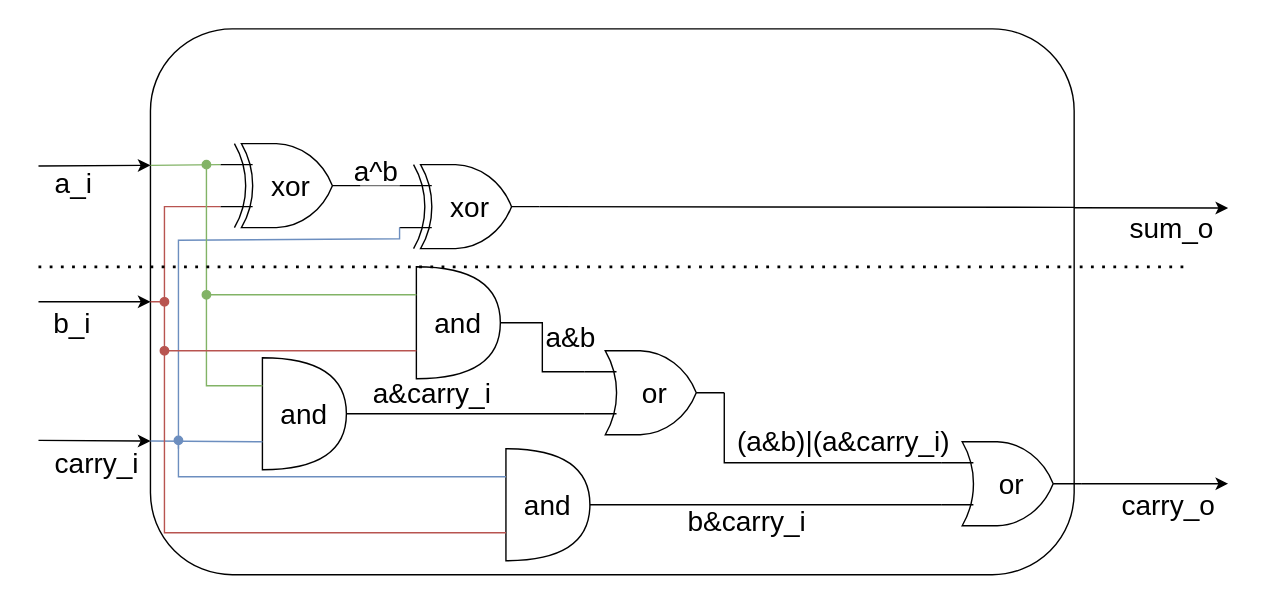
Earlier version of the draw.io export .pic/Labs/lab_01_adder/fig_02.drawio.svg (MPSU/APS). Source tidied: cells renumbered, new cells last; positions are measured from the earlier drawing's top-left corner, leaving out a move shared by most shapes. Its diagram source:
```xml
<mxGraphModel>
  <root>
    <mxCell id="0" />
    <mxCell id="1" parent="0" />
    <mxCell id="2" style="rounded=1;whiteSpace=wrap;html=1;fillColor=none;labelBackgroundColor=none;strokeColor=#000000;fontColor=#000000;" parent="1" vertex="1">
      <mxGeometry x="80" width="660" height="390" as="geometry" />
    </mxCell>
    <mxCell id="3" value="a_i" style="endArrow=classic;html=1;rounded=0;entryX=0;entryY=0.25;entryDx=0;entryDy=0;fontSize=20;labelBackgroundColor=none;fontColor=#000000;strokeColor=#000000;align=left;" parent="1" edge="1" target="2">
      <mxGeometry x="-0.75" y="-12" relative="1" as="geometry">
        <mxPoint y="98" as="sourcePoint" />
      </mxGeometry>
    </mxCell>
    <mxCell id="4" value="carry_i" style="endArrow=classic;html=1;rounded=0;entryX=0;entryY=0.75;entryDx=0;entryDy=0;fontSize=20;labelBackgroundColor=none;fontColor=#000000;strokeColor=#000000;align=left;" parent="1" edge="1">
      <mxGeometry x="-0.75" y="-16" relative="1" as="geometry">
        <mxPoint y="294" as="sourcePoint" />
        <mxPoint x="80" y="294.5" as="targetPoint" />
      </mxGeometry>
    </mxCell>
    <mxCell id="5" value="and" style="shape=or;whiteSpace=wrap;html=1;fontSize=20;fillColor=none;labelBackgroundColor=none;fontColor=#000000;strokeColor=#000000;" parent="1" vertex="1">
      <mxGeometry x="160" y="235" width="60" height="80" as="geometry" />
    </mxCell>
    <mxCell id="6" style="edgeStyle=orthogonalEdgeStyle;rounded=0;jettySize=auto;html=1;exitX=1;exitY=0.5;exitDx=0;exitDy=0;exitPerimeter=0;entryX=0;entryY=0.25;entryDx=0;entryDy=0;entryPerimeter=0;endArrow=none;endFill=0;strokeColor=#757575;fontColor=#000000;" parent="1" edge="1" source="7" target="13">
      <mxGeometry relative="1" as="geometry" />
    </mxCell>
    <mxCell id="7" value="xor" style="verticalLabelPosition=middle;shadow=0;dashed=0;align=center;html=1;verticalAlign=middle;shape=mxgraph.electrical.logic_gates.logic_gate;operation=xor;fontSize=20;horizontal=1;labelPosition=center;fillColor=none;labelBackgroundColor=none;fontColor=#000000;strokeColor=#000000;" parent="1" vertex="1">
      <mxGeometry x="130" y="82" width="100" height="60" as="geometry" />
    </mxCell>
    <mxCell id="8" style="endArrow=classic;html=1;rounded=0;labelBackgroundColor=none;fontColor=#000000;strokeColor=#000000;" parent="1" edge="1">
      <mxGeometry relative="1" as="geometry">
        <mxPoint x="740" y="127.8" as="sourcePoint" />
        <mxPoint x="850" y="128" as="targetPoint" />
      </mxGeometry>
    </mxCell>
    <mxCell id="9" value="sum_o" style="edgeLabel;html=1;align=right;verticalAlign=middle;fontSize=20;labelBackgroundColor=none;fontColor=#000000;" parent="8" vertex="1">
      <mxGeometry x="-0.18" relative="1" as="geometry">
        <mxPoint x="55" y="14" as="offset" />
      </mxGeometry>
    </mxCell>
    <mxCell id="10" value="carry_o" style="endArrow=classic;html=1;rounded=0;fontSize=20;labelBackgroundColor=none;fontColor=#000000;strokeColor=#000000;align=right;exitX=1;exitY=0.5;exitDx=0;exitDy=0;exitPerimeter=0;" parent="1" edge="1" source="30">
      <mxGeometry x="0.83" y="-15" relative="1" as="geometry">
        <mxPoint x="850" y="325" as="targetPoint" />
      </mxGeometry>
    </mxCell>
    <mxCell id="11" style="endArrow=classic;html=1;rounded=0;fontSize=20;fontColor=#000000;entryX=0;entryY=0.5;entryDx=0;entryDy=0;labelBackgroundColor=none;strokeColor=#000000;" parent="1" edge="1" target="2">
      <mxGeometry relative="1" as="geometry">
        <mxPoint y="195" as="sourcePoint" />
      </mxGeometry>
    </mxCell>
    <mxCell id="12" value="&lt;div align=&quot;left&quot;&gt;b_i&lt;/div&gt;" style="edgeLabel;html=1;align=left;verticalAlign=middle;fontSize=20;fontColor=#000000;labelBackgroundColor=none;" parent="11" vertex="1">
      <mxGeometry x="-0.14" y="1" relative="1" as="geometry">
        <mxPoint x="-25" y="16" as="offset" />
      </mxGeometry>
    </mxCell>
    <mxCell id="13" value="xor" style="verticalLabelPosition=middle;shadow=0;dashed=0;align=center;html=1;verticalAlign=middle;shape=mxgraph.electrical.logic_gates.logic_gate;operation=xor;fontSize=20;horizontal=1;labelPosition=center;fillColor=none;labelBackgroundColor=none;fontColor=#000000;strokeColor=#000000;" parent="1" vertex="1">
      <mxGeometry x="258" y="97" width="100" height="60" as="geometry" />
    </mxCell>
    <mxCell id="14" style="endArrow=none;html=1;rounded=0;fontSize=20;fontColor=#000000;exitX=0;exitY=0.25;exitDx=0;exitDy=0;entryX=0;entryY=0.25;entryDx=0;entryDy=0;entryPerimeter=0;fillColor=#d5e8d4;strokeColor=#82b366;labelBackgroundColor=none;" parent="1" edge="1" source="2" target="7">
      <mxGeometry relative="1" as="geometry" />
    </mxCell>
    <mxCell id="15" style="endArrow=none;html=1;rounded=0;fontSize=20;fontColor=#000000;entryX=0;entryY=0.75;entryDx=0;entryDy=0;entryPerimeter=0;exitX=0;exitY=0.5;exitDx=0;exitDy=0;fillColor=#f8cecc;strokeColor=#b85450;labelBackgroundColor=none;" parent="1" edge="1" source="2" target="7">
      <mxGeometry relative="1" as="geometry">
        <Array as="points">
          <mxPoint x="90" y="195" />
          <mxPoint x="90" y="127" />
        </Array>
      </mxGeometry>
    </mxCell>
    <mxCell id="16" style="endArrow=none;html=1;rounded=0;fontSize=20;fontColor=#000000;entryX=0;entryY=0.75;entryDx=0;entryDy=0;entryPerimeter=0;fillColor=#dae8fc;strokeColor=#6c8ebf;labelBackgroundColor=none;" parent="1" edge="1" target="13">
      <mxGeometry relative="1" as="geometry">
        <mxPoint x="100" y="300" as="sourcePoint" />
        <Array as="points">
          <mxPoint x="100" y="294" />
          <mxPoint x="100" y="151" />
          <mxPoint x="258" y="150" />
        </Array>
      </mxGeometry>
    </mxCell>
    <mxCell id="17" style="endArrow=none;html=1;rounded=0;fontSize=20;fontColor=#000000;entryX=0;entryY=0.25;entryDx=0;entryDy=0;entryPerimeter=0;fillColor=#d5e8d4;strokeColor=#82b366;labelBackgroundColor=none;startArrow=oval;startFill=1;" parent="1" edge="1" target="5">
      <mxGeometry relative="1" as="geometry">
        <mxPoint x="120" y="97" as="sourcePoint" />
        <Array as="points">
          <mxPoint x="120" y="255" />
        </Array>
      </mxGeometry>
    </mxCell>
    <mxCell id="18" style="endArrow=none;html=1;rounded=0;fontSize=20;fontColor=#000000;entryX=0;entryY=0.75;entryDx=0;entryDy=0;entryPerimeter=0;exitX=0;exitY=0.755;exitDx=0;exitDy=0;exitPerimeter=0;fillColor=#dae8fc;strokeColor=#6c8ebf;labelBackgroundColor=none;" parent="1" edge="1" source="2" target="5">
      <mxGeometry relative="1" as="geometry" />
    </mxCell>
    <mxCell id="19" value="and" style="shape=or;whiteSpace=wrap;html=1;fontSize=20;fillColor=none;labelBackgroundColor=none;fontColor=#000000;strokeColor=#000000;" parent="1" vertex="1">
      <mxGeometry x="270" y="170" width="60" height="80" as="geometry" />
    </mxCell>
    <mxCell id="20" value="and" style="shape=or;whiteSpace=wrap;html=1;fontSize=20;fillColor=none;labelBackgroundColor=none;fontColor=#000000;strokeColor=#000000;" parent="1" vertex="1">
      <mxGeometry x="334" y="300" width="60" height="80" as="geometry" />
    </mxCell>
    <mxCell id="21" style="endArrow=none;html=1;rounded=0;fontSize=20;fontColor=#000000;entryX=0;entryY=0.25;entryDx=0;entryDy=0;entryPerimeter=0;fillColor=#d5e8d4;strokeColor=#82b366;labelBackgroundColor=none;startArrow=oval;startFill=1;" parent="1" edge="1" target="19">
      <mxGeometry relative="1" as="geometry">
        <mxPoint x="120" y="190" as="sourcePoint" />
      </mxGeometry>
    </mxCell>
    <mxCell id="22" style="endArrow=none;html=1;rounded=0;fontSize=20;fontColor=#000000;entryX=0;entryY=0.75;entryDx=0;entryDy=0;entryPerimeter=0;fillColor=#f8cecc;strokeColor=#b85450;labelBackgroundColor=none;startArrow=oval;startFill=1;" parent="1" edge="1" target="19">
      <mxGeometry relative="1" as="geometry">
        <mxPoint x="90" y="195" as="sourcePoint" />
        <Array as="points">
          <mxPoint x="90" y="230" />
        </Array>
      </mxGeometry>
    </mxCell>
    <mxCell id="23" style="endArrow=none;html=1;rounded=0;fontSize=20;fontColor=#000000;entryX=0;entryY=0.25;entryDx=0;entryDy=0;entryPerimeter=0;fillColor=#dae8fc;strokeColor=#6c8ebf;labelBackgroundColor=none;startArrow=oval;startFill=1;" parent="1" edge="1" target="20">
      <mxGeometry relative="1" as="geometry">
        <mxPoint x="100" y="294" as="sourcePoint" />
        <Array as="points">
          <mxPoint x="100" y="300" />
          <mxPoint x="100" y="294" />
          <mxPoint x="100" y="320" />
        </Array>
      </mxGeometry>
    </mxCell>
    <mxCell id="24" style="endArrow=none;html=1;rounded=0;fontSize=20;fontColor=#000000;entryX=0;entryY=0.75;entryDx=0;entryDy=0;entryPerimeter=0;fillColor=#f8cecc;strokeColor=#b85450;labelBackgroundColor=none;startArrow=oval;startFill=1;" parent="1" edge="1" target="20">
      <mxGeometry relative="1" as="geometry">
        <mxPoint x="90" y="230" as="sourcePoint" />
        <Array as="points">
          <mxPoint x="90" y="360" />
        </Array>
      </mxGeometry>
    </mxCell>
    <mxCell id="25" value="or" style="verticalLabelPosition=middle;shadow=0;dashed=0;align=center;html=1;verticalAlign=middle;shape=mxgraph.electrical.logic_gates.logic_gate;operation=or;fontSize=20;fontColor=#000000;labelPosition=center;fillColor=none;labelBackgroundColor=none;strokeColor=#000000;" parent="1" vertex="1">
      <mxGeometry x="390" y="230" width="100" height="60" as="geometry" />
    </mxCell>
    <mxCell id="26" style="endArrow=none;html=1;rounded=0;fontSize=20;fontColor=#000000;exitX=1;exitY=0.5;exitDx=0;exitDy=0;exitPerimeter=0;entryX=0;entryY=0.75;entryDx=0;entryDy=0;entryPerimeter=0;labelBackgroundColor=none;strokeColor=#000000;" parent="1" edge="1" source="5" target="25">
      <mxGeometry relative="1" as="geometry" />
    </mxCell>
    <mxCell id="27" value="a&amp;amp;carry_i" style="edgeLabel;html=1;align=center;verticalAlign=middle;fontSize=20;fontColor=#000000;labelBackgroundColor=none;" parent="26" vertex="1">
      <mxGeometry x="-0.35" y="1" relative="1" as="geometry">
        <mxPoint x="5" y="-14" as="offset" />
      </mxGeometry>
    </mxCell>
    <mxCell id="28" value="a&amp;amp;b" style="endArrow=none;html=1;rounded=0;fontSize=20;fontColor=#000000;exitX=1;exitY=0.5;exitDx=0;exitDy=0;exitPerimeter=0;entryX=0;entryY=0.25;entryDx=0;entryDy=0;entryPerimeter=0;labelBackgroundColor=none;strokeColor=#000000;" parent="1" edge="1" source="19" target="25">
      <mxGeometry x="-0.16" y="20" relative="1" as="geometry">
        <Array as="points">
          <mxPoint x="360" y="210" />
          <mxPoint x="360" y="245" />
        </Array>
      </mxGeometry>
    </mxCell>
    <mxCell id="29" style="endArrow=none;html=1;rounded=0;fontSize=20;fontColor=#000000;entryX=1;entryY=0.327;entryDx=0;entryDy=0;entryPerimeter=0;exitX=1;exitY=0.5;exitDx=0;exitDy=0;exitPerimeter=0;labelBackgroundColor=none;strokeColor=#000000;" parent="1" edge="1" source="13" target="2">
      <mxGeometry relative="1" as="geometry" />
    </mxCell>
    <mxCell id="30" value="or" style="verticalLabelPosition=middle;shadow=0;dashed=0;align=center;html=1;verticalAlign=middle;shape=mxgraph.electrical.logic_gates.logic_gate;operation=or;fontSize=20;fontColor=#000000;labelPosition=center;fillColor=none;labelBackgroundColor=none;strokeColor=#000000;" parent="1" vertex="1">
      <mxGeometry x="645" y="295" width="100" height="60" as="geometry" />
    </mxCell>
    <mxCell id="31" style="endArrow=none;html=1;rounded=0;fontSize=20;fontColor=#000000;exitX=1;exitY=0.5;exitDx=0;exitDy=0;exitPerimeter=0;entryX=0;entryY=0.75;entryDx=0;entryDy=0;entryPerimeter=0;labelBackgroundColor=none;strokeColor=#000000;" parent="1" edge="1" source="20" target="30">
      <mxGeometry relative="1" as="geometry" />
    </mxCell>
    <mxCell id="32" value="b&amp;amp;&lt;span style=&quot;text-align: left;&quot;&gt;carry_i&lt;/span&gt;" style="edgeLabel;html=1;align=center;verticalAlign=middle;fontSize=20;fontColor=#000000;labelBackgroundColor=none;" parent="31" vertex="1">
      <mxGeometry x="-0.13" y="1" relative="1" as="geometry">
        <mxPoint x="3" y="12" as="offset" />
      </mxGeometry>
    </mxCell>
    <mxCell id="33" style="endArrow=none;html=1;rounded=0;fontSize=20;fontColor=#000000;exitX=1;exitY=0.5;exitDx=0;exitDy=0;exitPerimeter=0;entryX=0;entryY=0.25;entryDx=0;entryDy=0;entryPerimeter=0;labelBackgroundColor=none;strokeColor=#000000;" parent="1" edge="1" source="25" target="30">
      <mxGeometry relative="1" as="geometry">
        <Array as="points">
          <mxPoint x="490" y="310" />
        </Array>
      </mxGeometry>
    </mxCell>
    <mxCell id="34" value="(a&amp;amp;b)|(a&amp;amp;&lt;span style=&quot;text-align: left;&quot;&gt;carry_i&lt;/span&gt;)" style="edgeLabel;html=1;align=center;verticalAlign=middle;fontSize=20;fontColor=#000000;labelBackgroundColor=none;" parent="33" vertex="1">
      <mxGeometry x="-0.07" relative="1" as="geometry">
        <mxPoint x="39" y="-16" as="offset" />
      </mxGeometry>
    </mxCell>
    <mxCell id="35" style="endArrow=none;dashed=1;html=1;dashPattern=1 3;strokeWidth=2;rounded=0;fontSize=20;fontColor=#000000;labelBackgroundColor=none;strokeColor=#000000;" parent="1" edge="1">
      <mxGeometry relative="1" as="geometry">
        <mxPoint y="170" as="sourcePoint" />
        <mxPoint x="820" y="170" as="targetPoint" />
      </mxGeometry>
    </mxCell>
    <mxCell id="36" value="a^b" style="edgeLabel;html=1;align=center;verticalAlign=middle;fontSize=20;fontColor=#000000;labelBackgroundColor=none;" parent="1" vertex="1">
      <mxGeometry x="258" y="120" as="geometry">
        <mxPoint x="-17" y="-19" as="offset" />
      </mxGeometry>
    </mxCell>
  </root>
</mxGraphModel>
```
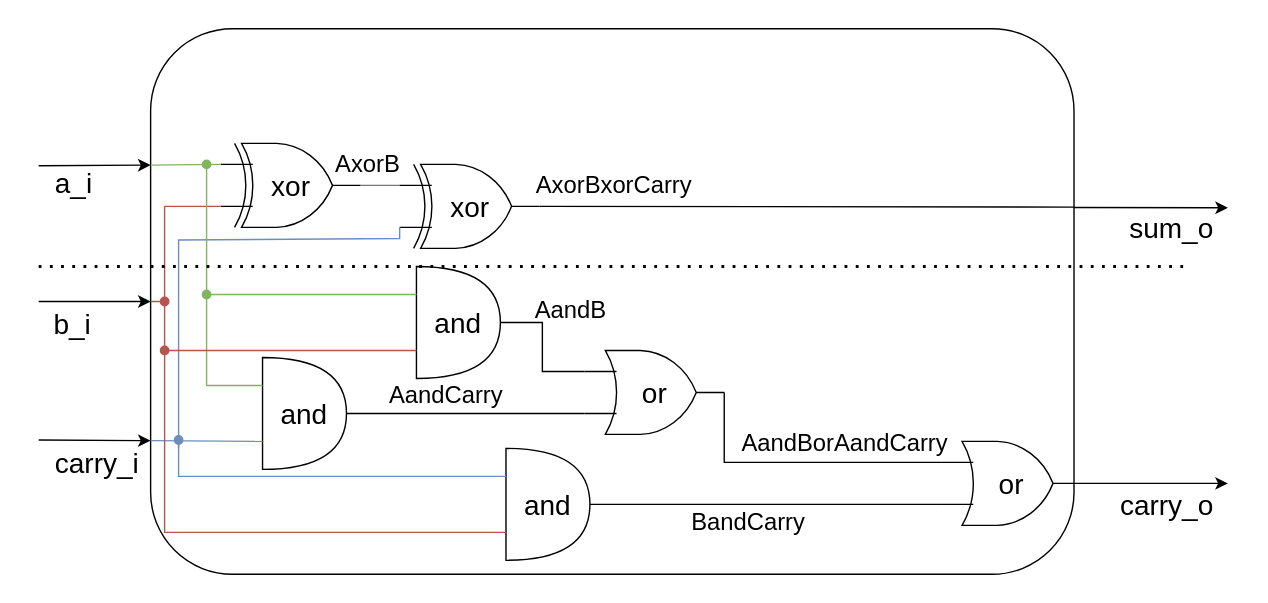
Above is the later version.

What changed in the source:
```diff
@@ -129,29 +129,35 @@
     <mxCell id="26" style="endArrow=none;html=1;rounded=0;fontSize=20;fontColor=#000000;exitX=1;exitY=0.5;exitDx=0;exitDy=0;exitPerimeter=0;entryX=0;entryY=0.75;entryDx=0;entryDy=0;entryPerimeter=0;labelBackgroundColor=none;strokeColor=#000000;" parent="1" edge="1" source="5" target="25">
       <mxGeometry relative="1" as="geometry" />
     </mxCell>
-    <mxCell id="27" value="a&amp;amp;carry_i" style="edgeLabel;html=1;align=center;verticalAlign=middle;fontSize=20;fontColor=#000000;labelBackgroundColor=none;" parent="26" vertex="1">
+    <mxCell id="27" value="&lt;font style=&quot;font-size: 17px;&quot;&gt;AandCarry&lt;/font&gt;" style="edgeLabel;html=1;align=center;verticalAlign=middle;fontSize=20;fontColor=#000000;labelBackgroundColor=none;" parent="26" vertex="1">
       <mxGeometry x="-0.35" y="1" relative="1" as="geometry">
-        <mxPoint x="5" y="-14" as="offset" />
+        <mxPoint x="15" y="-14" as="offset" />
       </mxGeometry>
     </mxCell>
-    <mxCell id="28" value="a&amp;amp;b" style="endArrow=none;html=1;rounded=0;fontSize=20;fontColor=#000000;exitX=1;exitY=0.5;exitDx=0;exitDy=0;exitPerimeter=0;entryX=0;entryY=0.25;entryDx=0;entryDy=0;entryPerimeter=0;labelBackgroundColor=none;strokeColor=#000000;" parent="1" edge="1" source="19" target="25">
-      <mxGeometry x="-0.16" y="20" relative="1" as="geometry">
+    <mxCell id="28" value="&lt;font style=&quot;font-size: 17px;&quot;&gt;AandB&lt;/font&gt;" style="endArrow=none;html=1;rounded=0;fontSize=20;fontColor=#000000;exitX=1;exitY=0.5;exitDx=0;exitDy=0;exitPerimeter=0;entryX=0;entryY=0.25;entryDx=0;entryDy=0;entryPerimeter=0;labelBackgroundColor=none;strokeColor=#000000;" parent="1" edge="1" source="19" target="25">
+      <mxGeometry x="-0.37" y="22" relative="1" as="geometry">
         <Array as="points">
           <mxPoint x="360" y="210" />
           <mxPoint x="360" y="245" />
         </Array>
+        <mxPoint x="-2" y="-10" as="offset" />
       </mxGeometry>
     </mxCell>
     <mxCell id="29" style="endArrow=none;html=1;rounded=0;fontSize=20;fontColor=#000000;entryX=1;entryY=0.327;entryDx=0;entryDy=0;entryPerimeter=0;exitX=1;exitY=0.5;exitDx=0;exitDy=0;exitPerimeter=0;labelBackgroundColor=none;strokeColor=#000000;" parent="1" edge="1" source="13" target="2">
       <mxGeometry relative="1" as="geometry" />
     </mxCell>
+    <mxCell id="37" value="&lt;font style=&quot;font-size: 17px;&quot;&gt;AxorBxorCarry&lt;/font&gt;" style="edgeLabel;html=1;align=center;verticalAlign=middle;" parent="29" vertex="1">
+      <mxGeometry x="-0.81" y="2" relative="1" as="geometry">
+        <mxPoint x="16" y="-13" as="offset" />
+      </mxGeometry>
+    </mxCell>
     <mxCell id="30" value="or" style="verticalLabelPosition=middle;shadow=0;dashed=0;align=center;html=1;verticalAlign=middle;shape=mxgraph.electrical.logic_gates.logic_gate;operation=or;fontSize=20;fontColor=#000000;labelPosition=center;fillColor=none;labelBackgroundColor=none;strokeColor=#000000;" parent="1" vertex="1">
       <mxGeometry x="645" y="295" width="100" height="60" as="geometry" />
     </mxCell>
     <mxCell id="31" style="endArrow=none;html=1;rounded=0;fontSize=20;fontColor=#000000;exitX=1;exitY=0.5;exitDx=0;exitDy=0;exitPerimeter=0;entryX=0;entryY=0.75;entryDx=0;entryDy=0;entryPerimeter=0;labelBackgroundColor=none;strokeColor=#000000;" parent="1" edge="1" source="20" target="30">
       <mxGeometry relative="1" as="geometry" />
     </mxCell>
-    <mxCell id="32" value="b&amp;amp;&lt;span style=&quot;text-align: left;&quot;&gt;carry_i&lt;/span&gt;" style="edgeLabel;html=1;align=center;verticalAlign=middle;fontSize=20;fontColor=#000000;labelBackgroundColor=none;" parent="31" vertex="1">
+    <mxCell id="32" value="&lt;font style=&quot;font-size: 17px;&quot;&gt;BandCarry&lt;/font&gt;" style="edgeLabel;html=1;align=center;verticalAlign=middle;fontSize=20;fontColor=#000000;labelBackgroundColor=none;" parent="31" vertex="1">
       <mxGeometry x="-0.13" y="1" relative="1" as="geometry">
         <mxPoint x="3" y="12" as="offset" />
       </mxGeometry>
@@ -163,7 +169,7 @@
         </Array>
       </mxGeometry>
     </mxCell>
-    <mxCell id="34" value="(a&amp;amp;b)|(a&amp;amp;&lt;span style=&quot;text-align: left;&quot;&gt;carry_i&lt;/span&gt;)" style="edgeLabel;html=1;align=center;verticalAlign=middle;fontSize=20;fontColor=#000000;labelBackgroundColor=none;" parent="33" vertex="1">
+    <mxCell id="34" value="&lt;font style=&quot;font-size: 17px;&quot;&gt;AandBorAandCarry&lt;/font&gt;" style="edgeLabel;html=1;align=center;verticalAlign=middle;fontSize=20;fontColor=#000000;labelBackgroundColor=none;" parent="33" vertex="1">
       <mxGeometry x="-0.07" relative="1" as="geometry">
         <mxPoint x="39" y="-16" as="offset" />
       </mxGeometry>
@@ -174,9 +180,9 @@
         <mxPoint x="820" y="170" as="targetPoint" />
       </mxGeometry>
     </mxCell>
-    <mxCell id="36" value="a^b" style="edgeLabel;html=1;align=center;verticalAlign=middle;fontSize=20;fontColor=#000000;labelBackgroundColor=none;" parent="1" vertex="1">
-      <mxGeometry x="258" y="120" as="geometry">
-        <mxPoint x="-17" y="-19" as="offset" />
+    <mxCell id="36" value="&lt;font style=&quot;font-size: 17px;&quot;&gt;AxorB&lt;/font&gt;" style="edgeLabel;html=1;align=center;verticalAlign=middle;fontSize=20;fontColor=#000000;labelBackgroundColor=none;" parent="1" vertex="1">
+      <mxGeometry x="266" y="112" as="geometry">
+        <mxPoint x="-32" y="-17" as="offset" />
       </mxGeometry>
     </mxCell>
   </root>
```
